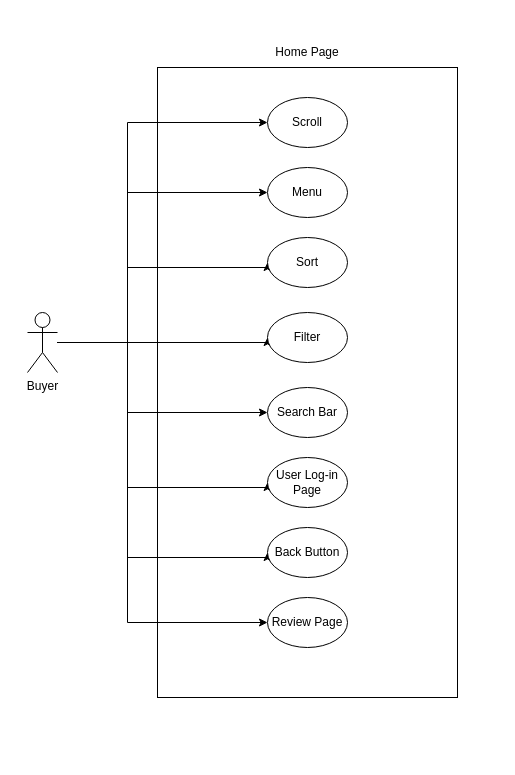
Earlier version of the draw.io diagram updatedHomeUCD.drawio (AlexTheVeil/IntrotoSEProject). Source tidied: cells renumbered, new cells numbered last; positions are measured from the earlier drawing's top-left corner, leaving out a move shared by most shapes. Both pictures are drawn from the tidied source at 100%, with x=0, y=0 at pixel (27, 37).
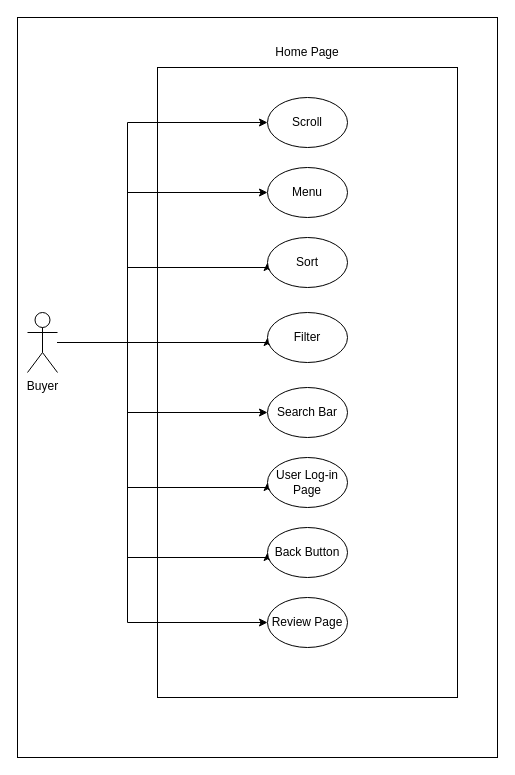
After the change.

Change to the diagram source:
```diff
@@
+    <mxCell id="22" style="rounded=0;whiteSpace=wrap;html=1;" parent="1" vertex="1">
+      <mxGeometry x="-10" y="-20" width="480" height="740" as="geometry" />
+    </mxCell>
```
